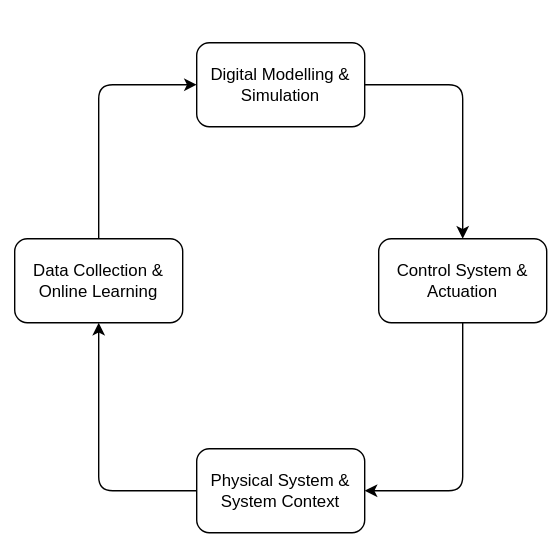
Above: notes/assets/dt_feedback_loop.drawio.svg in bertkdowns/thesis (draw.io), before the change. Source tidied: cells renumbered, new cells last; positions are measured from the earlier drawing's top-left corner, leaving out a move shared by most shapes.
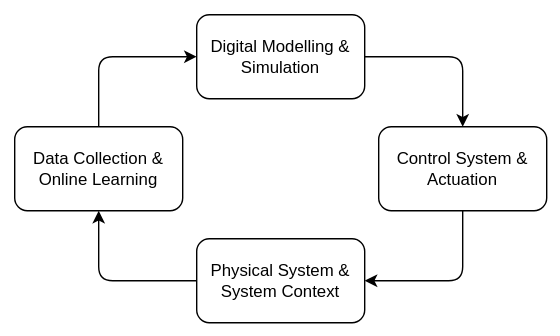
The same file after the commit.

Diff of the diagram source:
```diff
@@ -2,33 +2,33 @@
   <root>
     <mxCell id="0" />
     <mxCell id="1" parent="0" />
-    <mxCell id="2" style="whiteSpace=wrap;html=1;strokeColor=none;" parent="1" vertex="1">
-      <mxGeometry width="400" height="400" as="geometry" />
-    </mxCell>
+    <mxCell id="11" style="rounded=0;whiteSpace=wrap;html=1;strokeColor=none;" parent="1" vertex="1">
+      <mxGeometry y="80" width="400" height="240" as="geometry" />
+    </mxCell>
     <mxCell id="3" style="edgeStyle=none;html=1;entryX=0.5;entryY=0;entryDx=0;entryDy=0;exitX=1;exitY=0.5;exitDx=0;exitDy=0;" parent="1" edge="1" source="4" target="10">
       <mxGeometry relative="1" as="geometry">
         <Array as="points">
-          <mxPoint x="330" y="60" />
+          <mxPoint x="330" y="120" />
         </Array>
       </mxGeometry>
     </mxCell>
     <mxCell id="4" value="Digital Modelling &amp;amp; Simulation" style="rounded=1;whiteSpace=wrap;html=1;" parent="1" vertex="1">
-      <mxGeometry x="140" y="30" width="120" height="60" as="geometry" />
+      <mxGeometry x="140" y="90" width="120" height="60" as="geometry" />
     </mxCell>
     <mxCell id="5" style="edgeStyle=none;html=1;exitX=0;exitY=0.5;exitDx=0;exitDy=0;entryX=0.5;entryY=1;entryDx=0;entryDy=0;" parent="1" edge="1" source="6" target="8">
       <mxGeometry relative="1" as="geometry">
         <Array as="points">
-          <mxPoint x="70" y="350" />
+          <mxPoint x="70" y="280" />
         </Array>
       </mxGeometry>
     </mxCell>
     <mxCell id="6" value="Physical System &amp;amp; System Context" style="rounded=1;whiteSpace=wrap;html=1;" parent="1" vertex="1">
-      <mxGeometry x="140" y="320" width="120" height="60" as="geometry" />
+      <mxGeometry x="140" y="250" width="120" height="60" as="geometry" />
     </mxCell>
     <mxCell id="7" style="edgeStyle=none;html=1;entryX=0;entryY=0.5;entryDx=0;entryDy=0;" parent="1" edge="1" source="8" target="4">
       <mxGeometry relative="1" as="geometry">
         <Array as="points">
-          <mxPoint x="70" y="60" />
+          <mxPoint x="70" y="120" />
         </Array>
       </mxGeometry>
     </mxCell>
@@ -38,7 +38,7 @@
     <mxCell id="9" style="edgeStyle=none;html=1;entryX=1;entryY=0.5;entryDx=0;entryDy=0;exitX=0.5;exitY=1;exitDx=0;exitDy=0;" parent="1" edge="1" source="10" target="6">
       <mxGeometry relative="1" as="geometry">
         <Array as="points">
-          <mxPoint x="330" y="350" />
+          <mxPoint x="330" y="280" />
         </Array>
       </mxGeometry>
     </mxCell>
```
